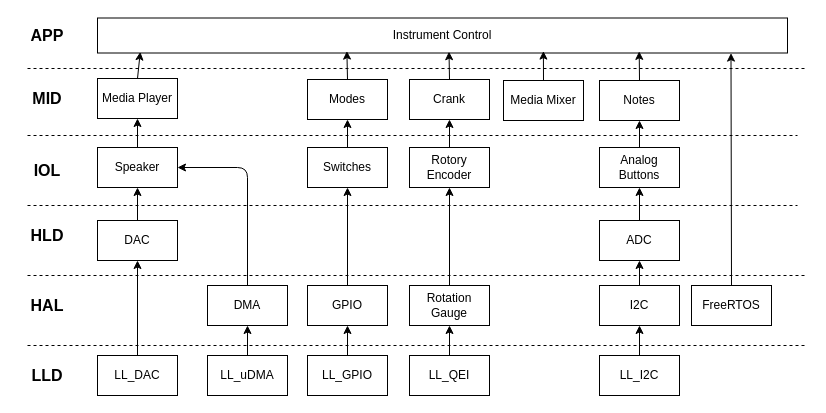
Before: Docs/Diagrams/Architecture.drawio in TomislavGrgic/ProjectDHG, a draw.io diagram. Source tidied: cells renumbered, new cells numbered last; positions are measured from the earlier drawing's top-left corner, leaving out a move shared by most shapes. Both pictures are drawn from the tidied source at 100%, with x=0, y=0 at pixel (17, 17).
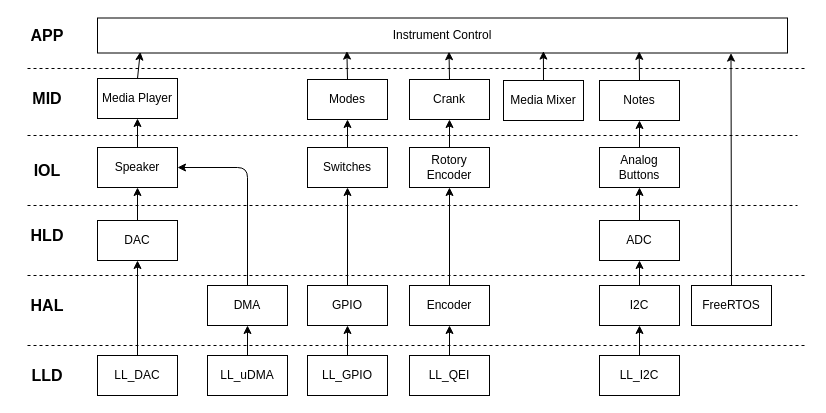
Above is the later version.

Diff of the diagram source:
```diff
@@
-    <mxCell id="55" value="Rotation Gauge" style="rounded=0;whiteSpace=wrap;html=1;" parent="1" vertex="1">
+    <mxCell id="55" value="Encoder" style="rounded=0;whiteSpace=wrap;html=1;" parent="1" vertex="1">
       <mxGeometry x="392" y="268" width="80" height="40" as="geometry" />
     </mxCell>
```
